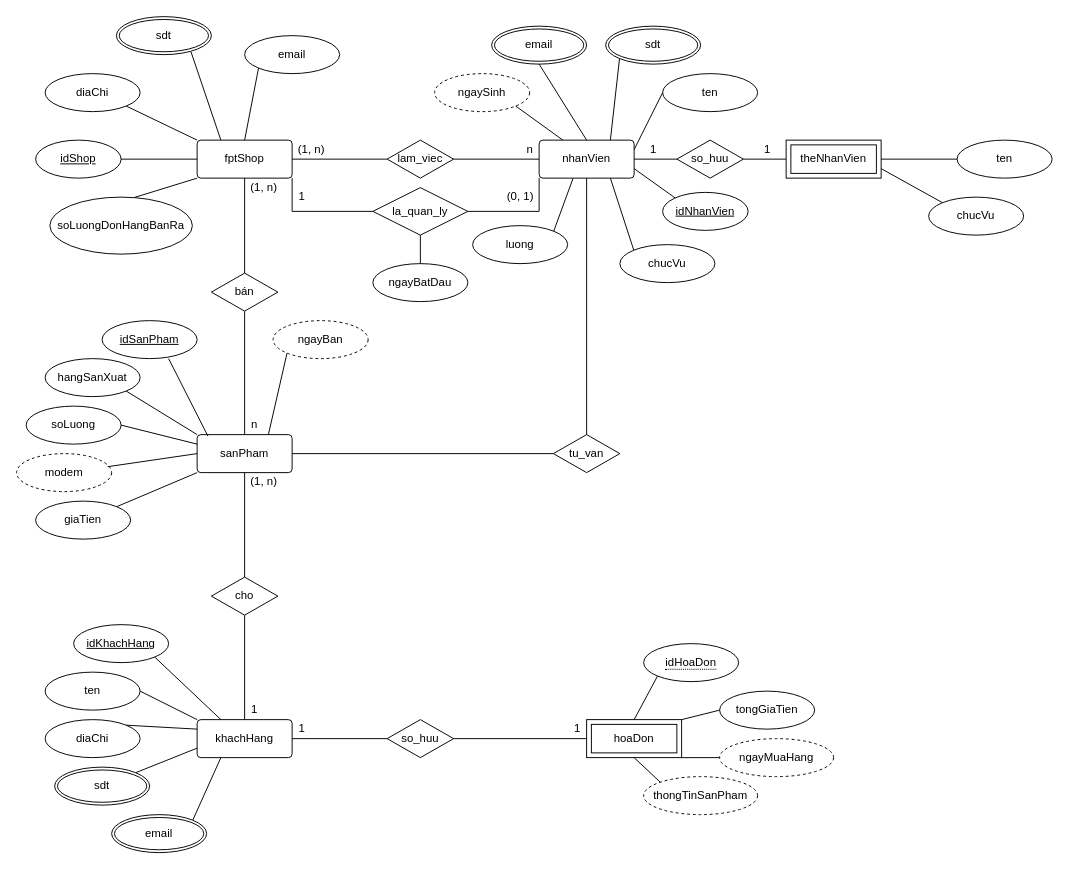
Before: page "Page-2" (2 of 2) of Untitled Diagram.drawio in HoangNH19603/Virgo, a draw.io diagram. Source tidied: cells renumbered, new cells numbered last; positions are measured from the earlier drawing's top-left corner, leaving out a move shared by most shapes. Both pictures are drawn from the tidied source at 95%, with x=0, y=0 at pixel (16, 16).
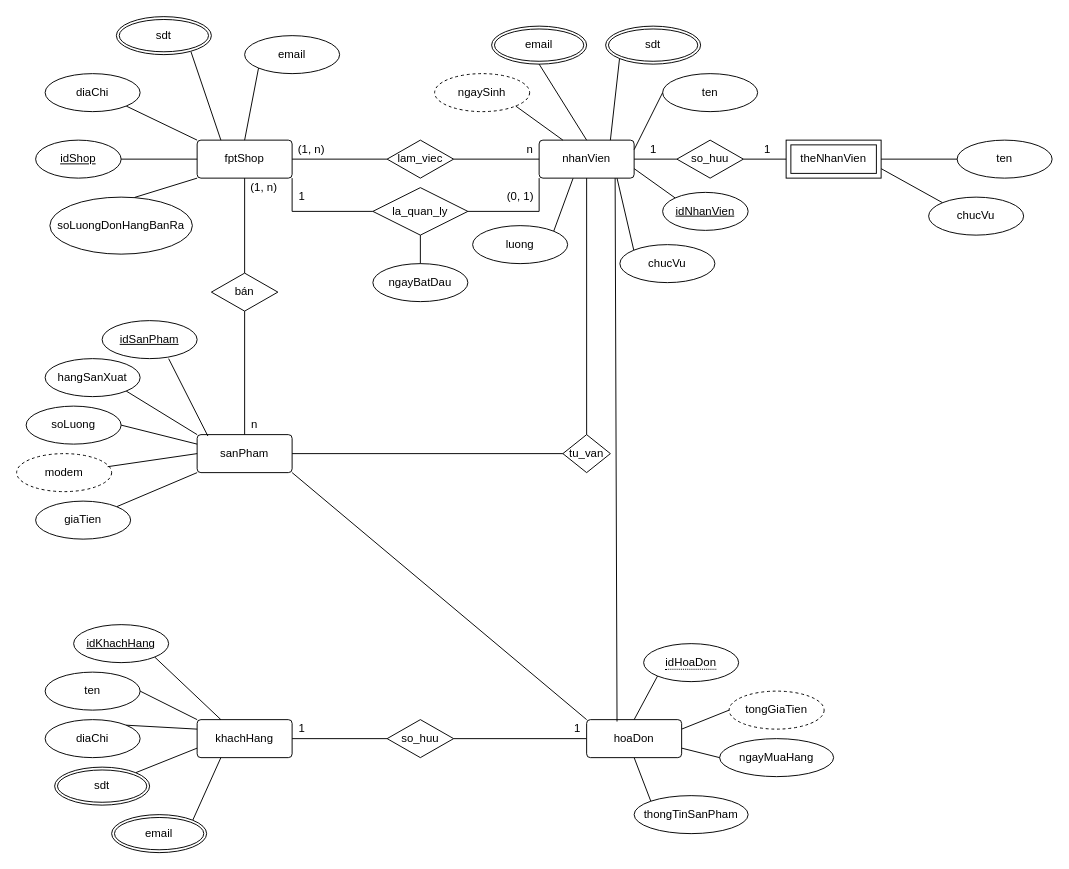
The same diagram, later.

Unchanged cells that the change refers to:
```xml
<mxCell id="3" value="sanPham" style="rounded=1;arcSize=10;whiteSpace=wrap;html=1;align=center;" parent="1" vertex="1">
  <mxGeometry x="190" y="440" width="100" height="40" as="geometry" />
</mxCell>
<mxCell id="4" value="khachHang&lt;br&gt;" style="rounded=1;arcSize=10;whiteSpace=wrap;html=1;align=center;" parent="1" vertex="1">
  <mxGeometry x="190" y="740" width="100" height="40" as="geometry" />
</mxCell>
<mxCell id="5" value="nhanVien" style="rounded=1;arcSize=10;whiteSpace=wrap;html=1;align=center;" parent="1" vertex="1">
  <mxGeometry x="550" y="130" width="100" height="40" as="geometry" />
</mxCell>
<mxCell id="82" value="chucVu" style="ellipse;whiteSpace=wrap;html=1;align=center;" parent="1" vertex="1">
  <mxGeometry x="635" y="240" width="100" height="40" as="geometry" />
</mxCell>
<mxCell id="98" value="so_huu" style="shape=rhombus;perimeter=rhombusPerimeter;whiteSpace=wrap;html=1;align=center;sketch=0;gradientColor=none;" parent="1" vertex="1">
  <mxGeometry x="390" y="740" width="70" height="40" as="geometry" />
</mxCell>
```

Diff of the diagram source:
```diff
@@
-    <mxCell id="17" value="ngayBan" style="ellipse;whiteSpace=wrap;html=1;align=center;sketch=0;gradientColor=none;dashed=1;" parent="1" vertex="1">
-      <mxGeometry x="270" y="320" width="100" height="40" as="geometry" />
-    </mxCell>
@@
-    <mxCell id="23" style="endArrow=none;html=1;rounded=0;entryX=0.5;entryY=0;entryDx=0;entryDy=0;exitX=0.5;exitY=1;exitDx=0;exitDy=0;" parent="1" edge="1" source="3" target="52">
-      <mxGeometry relative="1" as="geometry" />
-    </mxCell>
@@
-    <mxCell id="38" style="endArrow=none;html=1;rounded=0;entryX=0;entryY=1;entryDx=0;entryDy=0;exitX=0.75;exitY=0;exitDx=0;exitDy=0;" parent="1" edge="1" source="3" target="17">
-      <mxGeometry relative="1" as="geometry" />
-    </mxCell>
@@
-    <mxCell id="52" value="cho" style="shape=rhombus;perimeter=rhombusPerimeter;whiteSpace=wrap;html=1;align=center;sketch=0;gradientColor=none;" parent="1" vertex="1">
-      <mxGeometry x="205" y="590" width="70" height="40" as="geometry" />
-    </mxCell>
-    <mxCell id="53" style="endArrow=none;html=1;rounded=0;entryX=0.5;entryY=1;entryDx=0;entryDy=0;exitX=0.5;exitY=0;exitDx=0;exitDy=0;" parent="1" edge="1" source="4" target="52">
-      <mxGeometry relative="1" as="geometry" />
-    </mxCell>
     <mxCell id="54" value="tu_van" style="shape=rhombus;perimeter=rhombusPerimeter;whiteSpace=wrap;html=1;align=center;sketch=0;gradientColor=none;" parent="1" vertex="1">
-      <mxGeometry x="565" y="440" width="70" height="40" as="geometry" />
+      <mxGeometry x="575" y="440" width="50" height="40" as="geometry" />
     </mxCell>
@@
-    <mxCell id="57" value="1&lt;br&gt;" style="text;html=1;align=center;verticalAlign=middle;strokeColor=none;fillColor=none;" parent="1" vertex="1">
-      <mxGeometry x="240" y="720" width="20" height="20" as="geometry" />
-    </mxCell>
-    <mxCell id="58" value="(1, n)" style="text;html=1;align=center;verticalAlign=middle;strokeColor=none;fillColor=none;" parent="1" vertex="1">
-      <mxGeometry x="240" y="480" width="40" height="20" as="geometry" />
-    </mxCell>
@@
-    <mxCell id="83" style="endArrow=none;html=1;rounded=0;entryX=0;entryY=0;entryDx=0;entryDy=0;exitX=0.75;exitY=1;exitDx=0;exitDy=0;" parent="1" edge="1" source="5" target="82">
+    <mxCell id="83" style="endArrow=none;html=1;rounded=0;entryX=0;entryY=0;entryDx=0;entryDy=0;exitX=0.82;exitY=1;exitDx=0;exitDy=0;exitPerimeter=0;" parent="1" edge="1" source="5" target="82">
       <mxGeometry relative="1" as="geometry" />
     </mxCell>
@@
-    <mxCell id="88" value="hoaDon" style="shape=ext;margin=3;double=1;whiteSpace=wrap;html=1;align=center;sketch=0;gradientColor=none;" parent="1" vertex="1">
-      <mxGeometry x="600" y="740" width="100" height="40" as="geometry" />
-    </mxCell>
@@
-    <mxCell id="91" value="tongGiaTien" style="ellipse;whiteSpace=wrap;html=1;align=center;sketch=0;gradientColor=none;" parent="1" vertex="1">
-      <mxGeometry x="740" y="710" width="100" height="40" as="geometry" />
+    <mxCell id="91" value="tongGiaTien" style="ellipse;whiteSpace=wrap;html=1;align=center;sketch=0;gradientColor=none;dashed=1;" parent="1" vertex="1">
+      <mxGeometry x="750" y="710" width="100" height="40" as="geometry" />
     </mxCell>
-    <mxCell id="92" style="endArrow=none;html=1;rounded=0;entryX=1;entryY=0;entryDx=0;entryDy=0;exitX=0;exitY=0.5;exitDx=0;exitDy=0;" parent="1" edge="1" source="91" target="88">
+    <mxCell id="92" style="endArrow=none;html=1;rounded=0;entryX=1;entryY=0.25;entryDx=0;entryDy=0;exitX=0;exitY=0.5;exitDx=0;exitDy=0;" parent="1" edge="1" source="91" target="88">
       <mxGeometry relative="1" as="geometry" />
     </mxCell>
-    <mxCell id="93" style="endArrow=none;html=1;rounded=0;exitX=1;exitY=0.5;exitDx=0;exitDy=0;entryX=0;entryY=0.5;entryDx=0;entryDy=0;startArrow=none;" parent="1" edge="1" source="98" target="88">
-      <mxGeometry relative="1" as="geometry" />
+    <mxCell id="93" style="endArrow=none;html=1;rounded=0;exitX=1;exitY=0.5;exitDx=0;exitDy=0;entryX=0;entryY=0.5;entryDx=0;entryDy=0;startArrow=none;" parent="1" edge="1" source="98">
+      <mxGeometry relative="1" as="geometry">
+        <mxPoint x="600" y="760" as="targetPoint" />
+      </mxGeometry>
     </mxCell>
-    <mxCell id="94" value="ngayMuaHang" style="ellipse;whiteSpace=wrap;html=1;align=center;sketch=0;gradientColor=none;dashed=1;" parent="1" vertex="1">
+    <mxCell id="94" value="ngayMuaHang" style="ellipse;whiteSpace=wrap;html=1;align=center;sketch=0;gradientColor=none;" parent="1" vertex="1">
       <mxGeometry x="740" y="760" width="120" height="40" as="geometry" />
     </mxCell>
-    <mxCell id="95" style="endArrow=none;html=1;rounded=0;entryX=1;entryY=1;entryDx=0;entryDy=0;exitX=0;exitY=0.5;exitDx=0;exitDy=0;" parent="1" edge="1" source="94" target="88">
+    <mxCell id="95" style="endArrow=none;html=1;rounded=0;entryX=1;entryY=0.75;entryDx=0;entryDy=0;exitX=0;exitY=0.5;exitDx=0;exitDy=0;" parent="1" edge="1" source="94" target="88">
       <mxGeometry relative="1" as="geometry" />
     </mxCell>
@@
-    <mxCell id="100" value="thongTinSanPham" style="ellipse;whiteSpace=wrap;html=1;align=center;sketch=0;gradientColor=none;dashed=1;" parent="1" vertex="1">
-      <mxGeometry x="660" y="800" width="120" height="40" as="geometry" />
+    <mxCell id="100" value="thongTinSanPham" style="ellipse;whiteSpace=wrap;html=1;align=center;sketch=0;gradientColor=none;" parent="1" vertex="1">
+      <mxGeometry x="650" y="820" width="120" height="40" as="geometry" />
     </mxCell>
@@
+    <mxCell id="88" value="hoaDon" style="rounded=1;arcSize=10;whiteSpace=wrap;html=1;align=center;" parent="1" vertex="1">
+      <mxGeometry x="600" y="740" width="100" height="40" as="geometry" />
+    </mxCell>
+    <mxCell id="102" style="endArrow=none;html=1;rounded=0;entryX=0;entryY=0;entryDx=0;entryDy=0;exitX=1;exitY=1;exitDx=0;exitDy=0;" parent="1" edge="1" source="3" target="88">
+      <mxGeometry relative="1" as="geometry" />
+    </mxCell>
+    <mxCell id="103" style="endArrow=none;html=1;rounded=0;entryX=0.32;entryY=0.05;entryDx=0;entryDy=0;entryPerimeter=0;" parent="1" edge="1" target="88">
+      <mxGeometry relative="1" as="geometry">
+        <mxPoint x="630" y="170" as="sourcePoint" />
+      </mxGeometry>
+    </mxCell>
```
